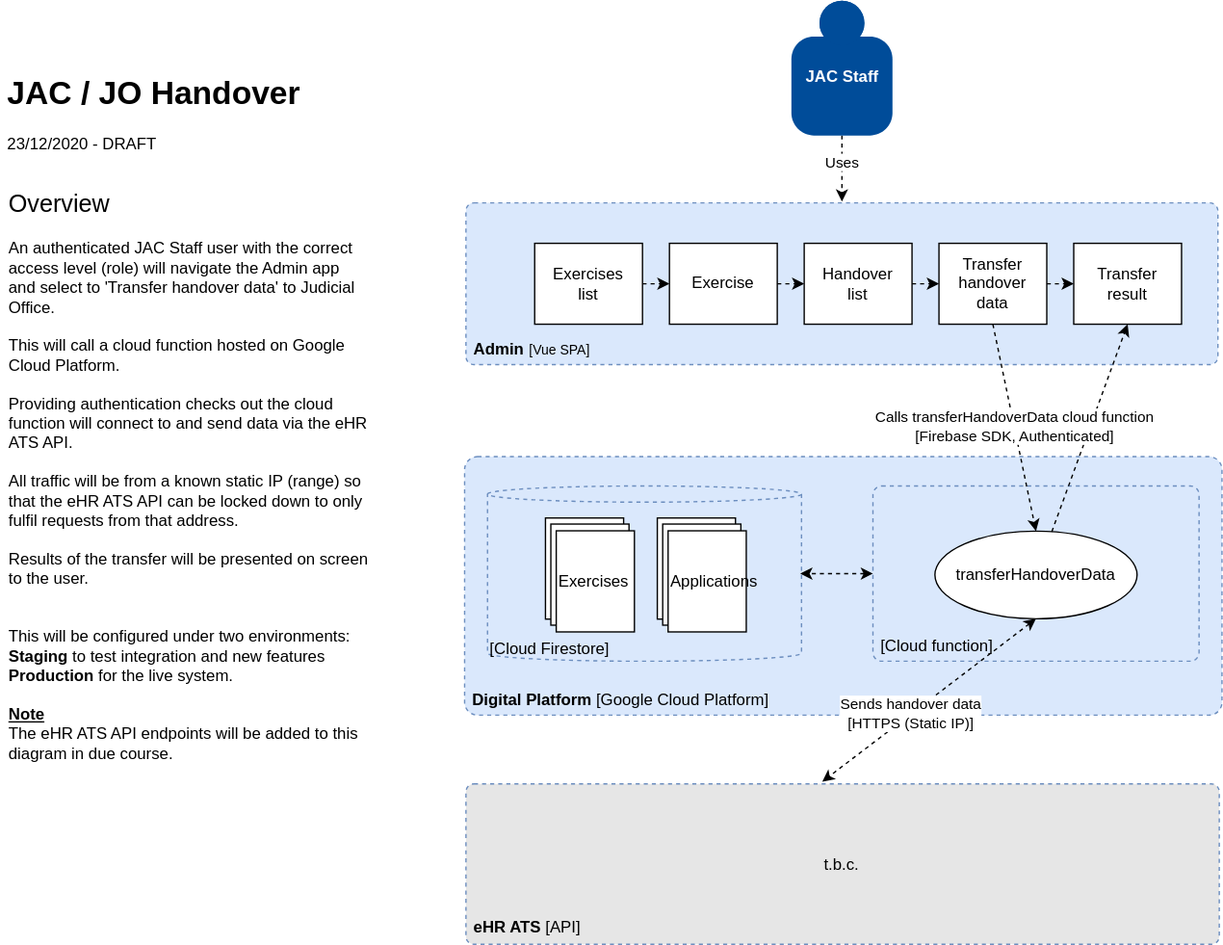
Before: docs/architecture/jac-digital-platform-architecture-Component.svg, a diagram exported from draw.io (jac-uk/documentation). Source tidied: cells renumbered, new cells last; positions are measured from the earlier drawing's top-left corner, leaving out a move shared by most shapes.
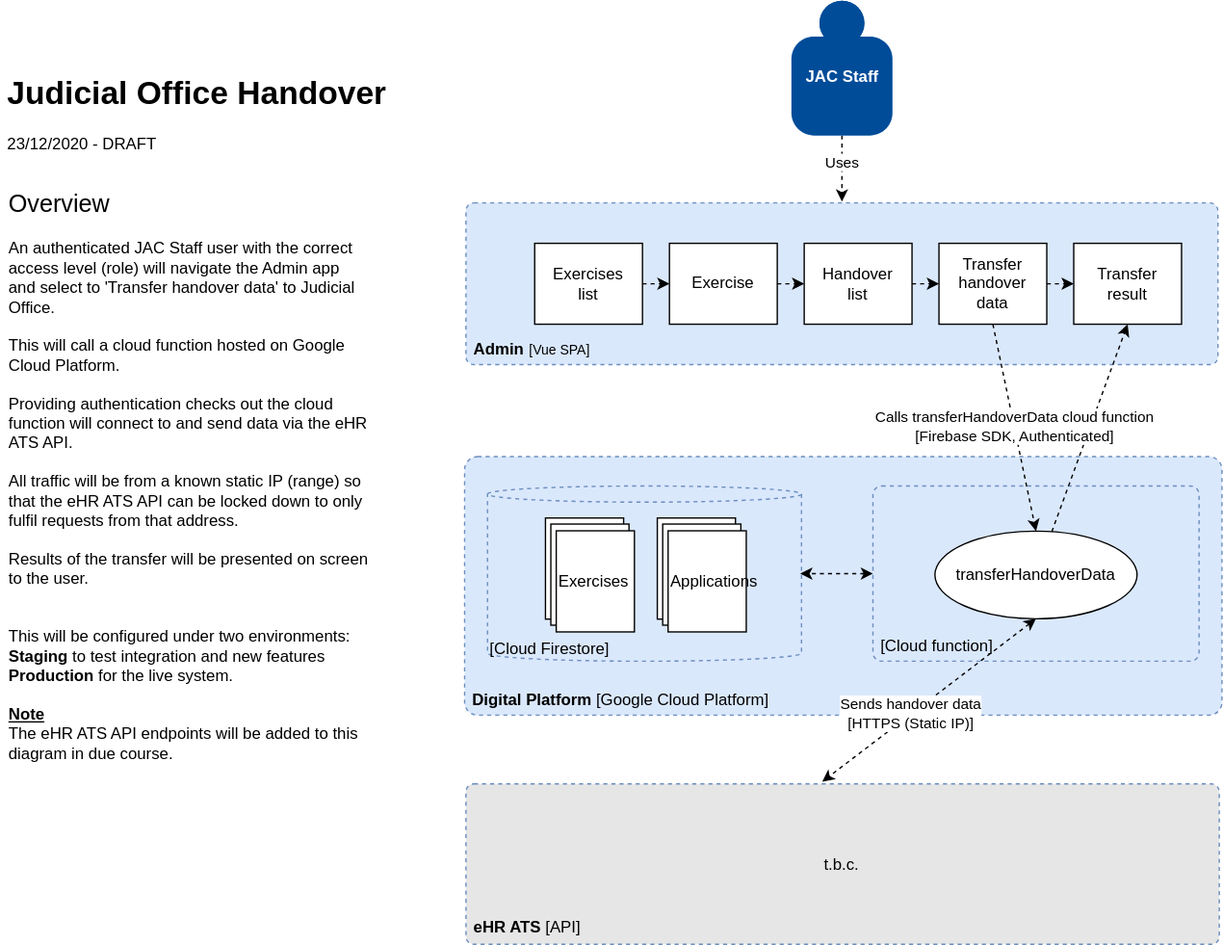
After the change.

The edit, as a diff of the source:
```diff
@@ -97,7 +97,7 @@
     <mxCell id="32" value="&lt;div&gt;&lt;font style=&quot;font-size: 12px&quot;&gt;&lt;b&gt;JAC Staff&lt;/b&gt;&lt;/font&gt;&lt;/div&gt;&lt;div&gt;&lt;b&gt;&lt;br&gt;&lt;/b&gt;&lt;/div&gt;" style="html=1;dashed=0;whitespace=wrap;shape=mxgraph.c4.person;align=center;points=[[0.5,0,0],[1,0.5,0],[1,0.75,0],[0.75,1,0],[0.5,1,0],[0.25,1,0],[0,0.75,0],[0,0.5,0]];fillColor=#004C99;fontColor=#FFFFFF;strokeColor=none;" parent="1" vertex="1">
       <mxGeometry x="586.5" width="75" height="100" as="geometry" />
     </mxCell>
-    <mxCell id="33" value="&lt;h1&gt;JAC / JO Handover&lt;/h1&gt;&lt;div&gt;23/12/2020 - DRAFT&lt;/div&gt;" style="text;html=1;strokeColor=none;fillColor=none;spacing=5;spacingTop=-20;whiteSpace=wrap;overflow=hidden;rounded=0;align=left;" parent="1" vertex="1">
+    <mxCell id="33" value="&lt;h1&gt;Judicial Office Handover&lt;/h1&gt;&lt;div&gt;23/12/2020 - DRAFT&lt;/div&gt;" style="text;html=1;strokeColor=none;fillColor=none;spacing=5;spacingTop=-20;whiteSpace=wrap;overflow=hidden;rounded=0;align=left;" parent="1" vertex="1">
       <mxGeometry y="49" width="470" height="70" as="geometry" />
     </mxCell>
   </root>
```
